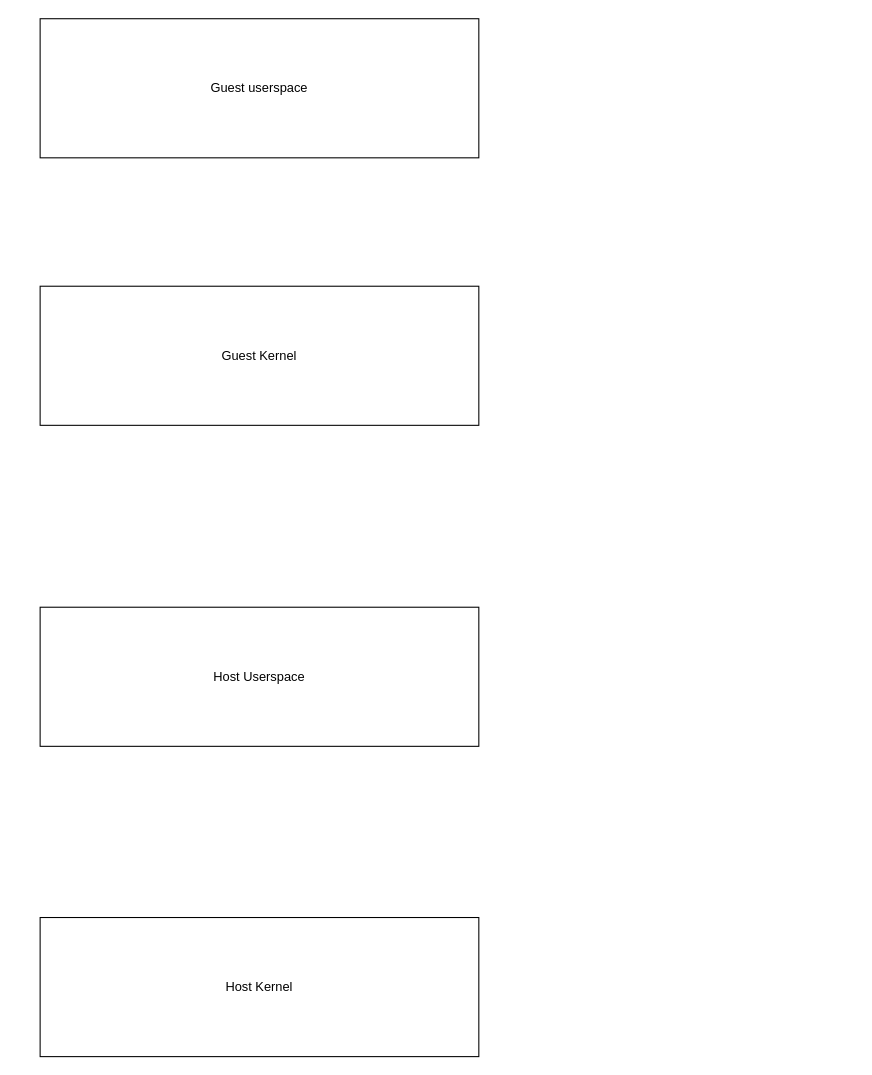
The draw.io diagram Untitled Diagram.drawio in vadika/spectrum, before the edit. Source tidied: cells renumbered, new cells numbered last; positions are measured from the earlier drawing's top-left corner, leaving out a move shared by most shapes. Both pictures are drawn from the tidied source at 107%, with x=0, y=0 at pixel (40, 18).
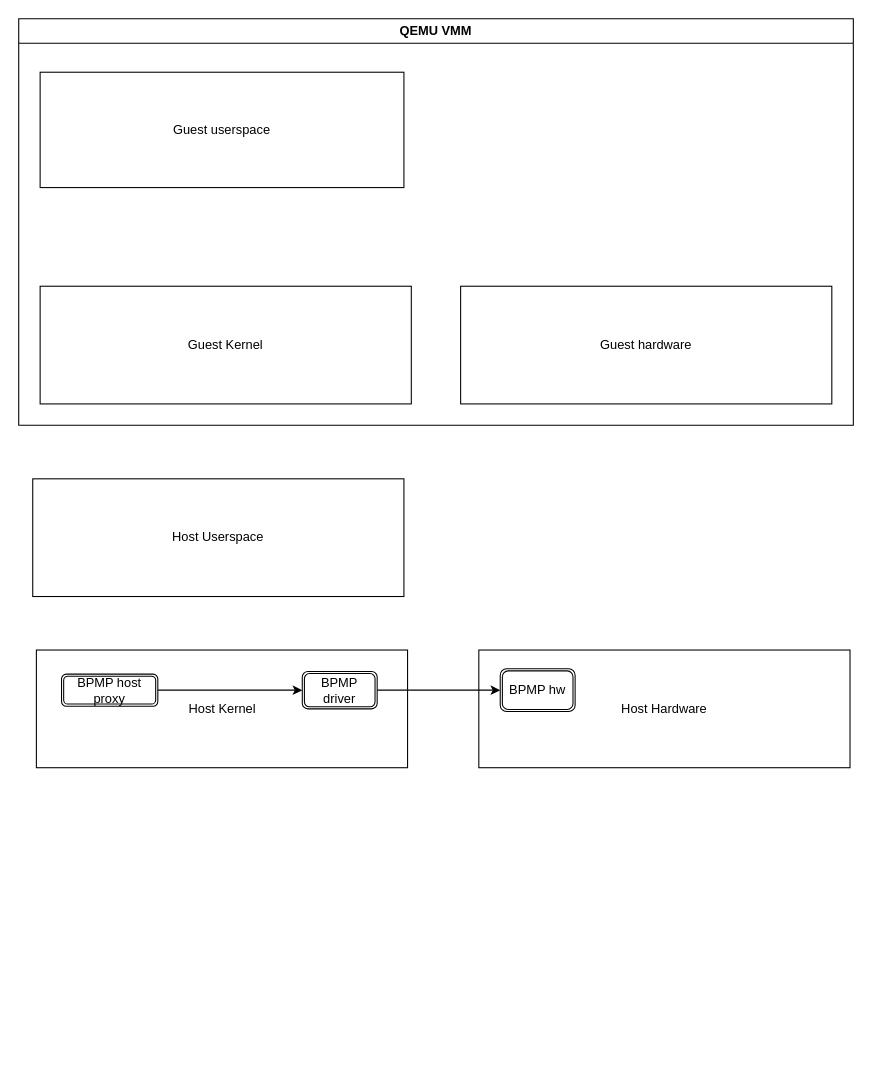
The same diagram, later.

The edit, as a diff of the source:
```diff
@@
 <mxGraphModel>
   <root>
     <mxCell id="0" />
     <mxCell id="1" parent="0" />
     <mxCell id="2" value="Host Userspace" style="rounded=0;whiteSpace=wrap;html=1;" parent="1" vertex="1">
-      <mxGeometry y="550" width="410" height="130" as="geometry" />
+      <mxGeometry x="-6.9" y="430" width="346.9" height="110" as="geometry" />
     </mxCell>
     <mxCell id="3" value="Guest Kernel" style="rounded=0;whiteSpace=wrap;html=1;" parent="1" vertex="1">
-      <mxGeometry y="250" width="410" height="130" as="geometry" />
+      <mxGeometry y="250" width="346.9" height="110" as="geometry" />
     </mxCell>
     <mxCell id="4" value="Guest userspace" style="rounded=0;whiteSpace=wrap;html=1;" parent="1" vertex="1">
-      <mxGeometry width="410" height="130" as="geometry" />
+      <mxGeometry y="50" width="340" height="107.8" as="geometry" />
     </mxCell>
     <mxCell id="5" value="&lt;div&gt;Host Kernel&lt;/div&gt;" style="rounded=0;whiteSpace=wrap;html=1;" parent="1" vertex="1">
-      <mxGeometry y="840" width="410" height="130" as="geometry" />
+      <mxGeometry x="-3.5" y="590" width="346.9" height="110" as="geometry" />
     </mxCell>
+    <mxCell id="6" value="Host Hardware" style="rounded=0;whiteSpace=wrap;html=1;" parent="1" vertex="1">
+      <mxGeometry x="410" y="590" width="346.9" height="110" as="geometry" />
+    </mxCell>
+    <mxCell id="7" value="Guest hardware" style="rounded=0;whiteSpace=wrap;html=1;" parent="1" vertex="1">
+      <mxGeometry x="393" y="250" width="346.9" height="110" as="geometry" />
+    </mxCell>
+    <mxCell id="8" value="QEMU VMM" style="swimlane;whiteSpace=wrap;html=1;" parent="1" vertex="1">
+      <mxGeometry x="-20" width="780" height="380" as="geometry" />
+    </mxCell>
+    <mxCell id="9" style="edgeStyle=orthogonalEdgeStyle;rounded=0;jettySize=auto;html=1;exitX=1;exitY=0.5;exitDx=0;exitDy=0;entryX=0;entryY=0.5;entryDx=0;entryDy=0;" parent="1" edge="1" source="10" target="13">
+      <mxGeometry relative="1" as="geometry" />
+    </mxCell>
+    <mxCell id="10" value="BPMP driver" style="shape=ext;double=1;rounded=1;whiteSpace=wrap;html=1;" parent="1" vertex="1">
+      <mxGeometry x="245" y="610" width="70" height="35" as="geometry" />
+    </mxCell>
+    <mxCell id="11" style="edgeStyle=orthogonalEdgeStyle;rounded=0;jettySize=auto;html=1;" parent="1" edge="1" source="12" target="10">
+      <mxGeometry relative="1" as="geometry" />
+    </mxCell>
+    <mxCell id="12" value="BPMP host proxy" style="shape=ext;double=1;rounded=1;whiteSpace=wrap;html=1;" parent="1" vertex="1">
+      <mxGeometry x="20" y="612.5" width="90" height="30" as="geometry" />
+    </mxCell>
+    <mxCell id="13" value="BPMP hw" style="shape=ext;double=1;rounded=1;whiteSpace=wrap;html=1;" parent="1" vertex="1">
+      <mxGeometry x="430" y="607.5" width="70" height="40" as="geometry" />
+    </mxCell>
   </root>
 </mxGraphModel>
```
